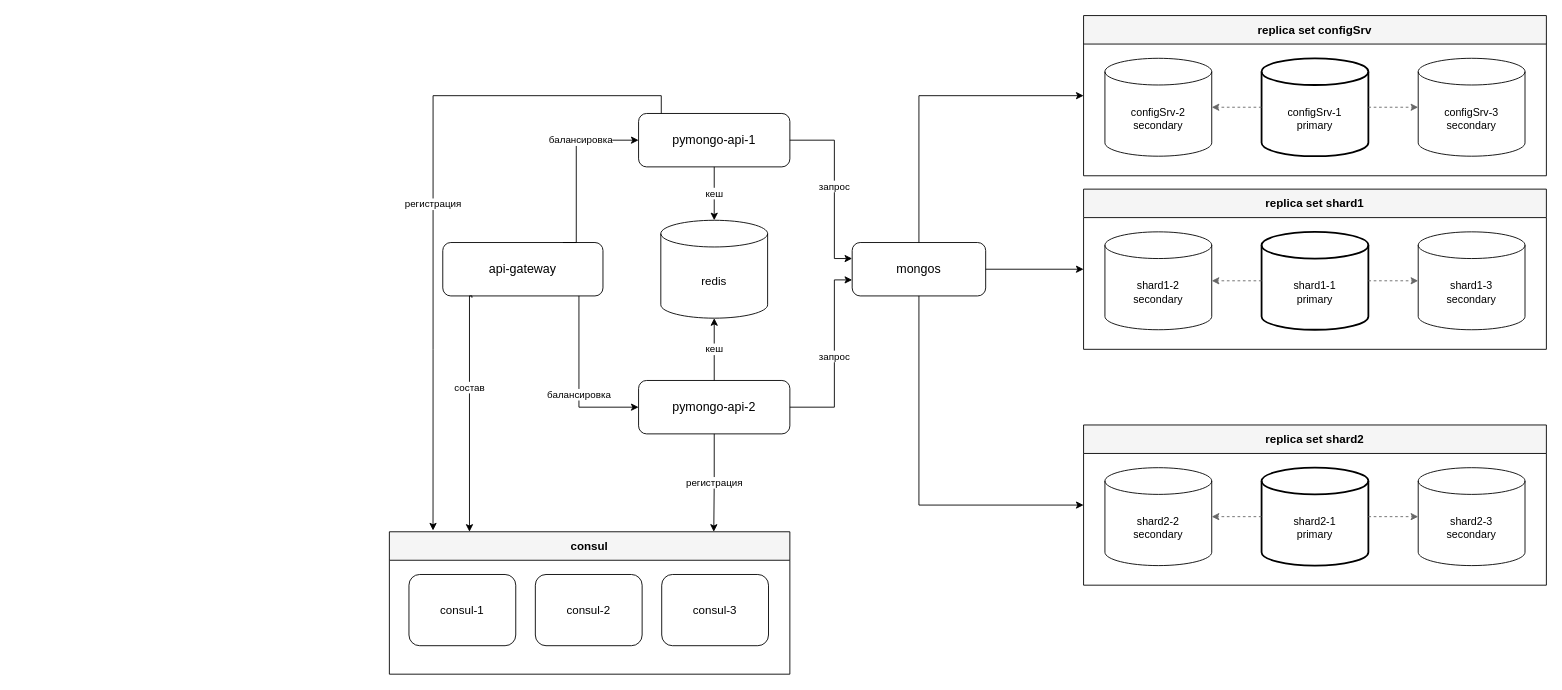
Above: page "04-gateway" (4 of 4) of schemas/architecture.drawio in arvaliullin/black-friday (draw.io), before the change. Source tidied: cells renumbered, new cells numbered last; positions are measured from the earlier drawing's top-left corner, leaving out a move shared by most shapes. Both pictures are drawn from the tidied source at 89%, with x=0, y=0 at pixel (389, 15).
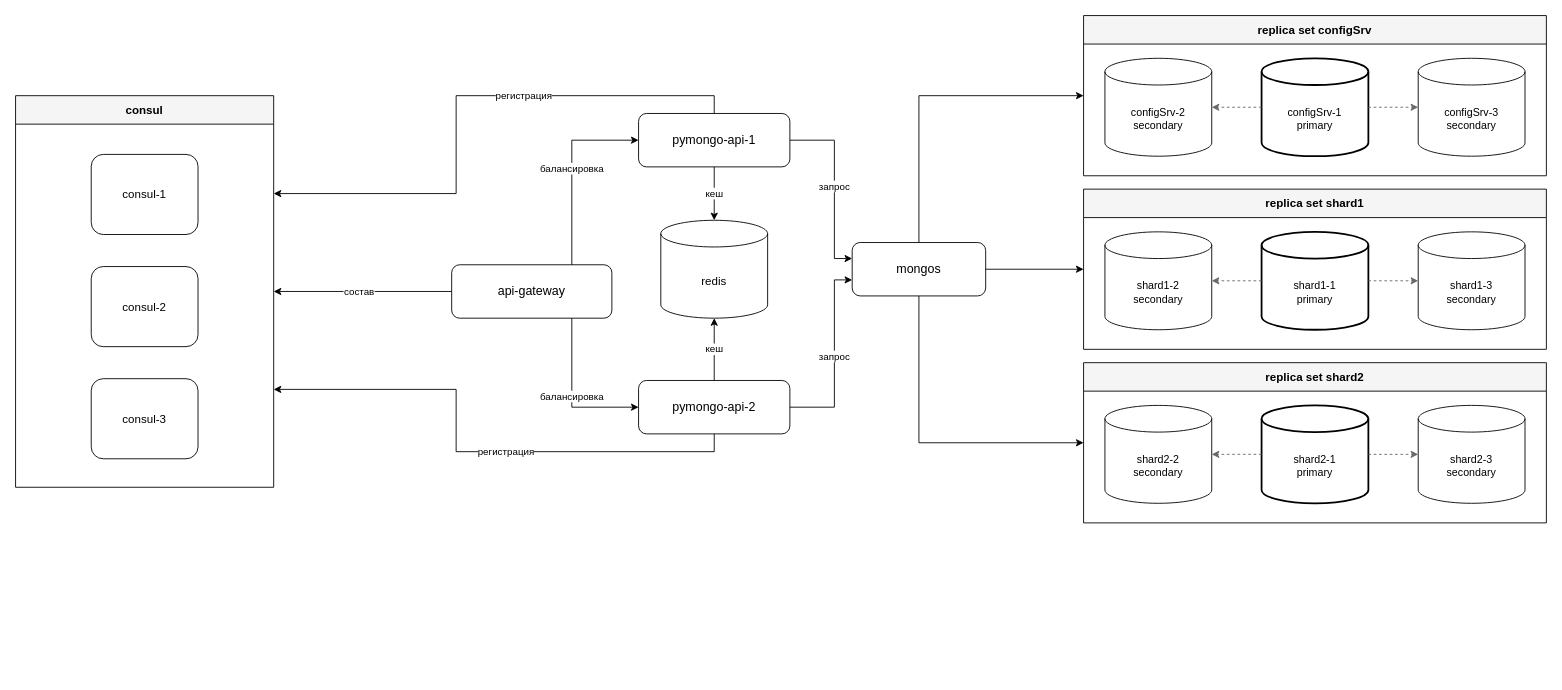
The same diagram, later.

Commit message:
fix gateway layout

Unchanged cells that the change refers to:
```xml
<mxCell id="3" value="pymongo-api-1" style="rounded=1;whiteSpace=wrap;html=1;fontSize=14;" parent="1" vertex="1">
  <mxGeometry x="280" y="110" width="170" height="60" as="geometry" />
</mxCell>
<mxCell id="5" value="pymongo-api-2" style="rounded=1;whiteSpace=wrap;html=1;fontSize=14;" parent="1" vertex="1">
  <mxGeometry x="280" y="410" width="170" height="60" as="geometry" />
</mxCell>
<mxCell id="6" value="mongos" style="rounded=1;whiteSpace=wrap;html=1;fontSize=14;" parent="1" vertex="1">
  <mxGeometry x="520" y="255" width="150" height="60" as="geometry" />
</mxCell>
```

What changed in the source:
```diff
@@
     <mxCell id="2" value="api-gateway" style="rounded=1;whiteSpace=wrap;html=1;fontSize=14;" parent="1" vertex="1">
-      <mxGeometry x="60" y="255" width="180" height="60" as="geometry" />
+      <mxGeometry x="70" y="280" width="180" height="60" as="geometry" />
     </mxCell>
@@
     <mxCell id="7" value="consul" style="swimlane;startSize=32;horizontal=1;whiteSpace=wrap;html=1;fillColor=#F5F5F5;strokeColor=#000000;fontStyle=1;fontSize=13;swimlaneFillColor=#FFFFFF;" parent="1" vertex="1">
-      <mxGeometry y="580" width="450" height="160" as="geometry" />
+      <mxGeometry x="-420" y="90" width="290" height="440" as="geometry" />
     </mxCell>
     <mxCell id="8" value="consul-1" style="rounded=1;whiteSpace=wrap;html=1;fontSize=13;" parent="7" vertex="1">
-      <mxGeometry x="22" y="48" width="120" height="80" as="geometry" />
+      <mxGeometry x="85" y="66" width="120" height="90" as="geometry" />
     </mxCell>
     <mxCell id="9" value="consul-2" style="rounded=1;whiteSpace=wrap;html=1;fontSize=13;" parent="7" vertex="1">
-      <mxGeometry x="164" y="48" width="120" height="80" as="geometry" />
+      <mxGeometry x="85" y="192" width="120" height="90" as="geometry" />
     </mxCell>
     <mxCell id="10" value="consul-3" style="rounded=1;whiteSpace=wrap;html=1;fontSize=13;" parent="7" vertex="1">
-      <mxGeometry x="306" y="48" width="120" height="80" as="geometry" />
+      <mxGeometry x="85" y="318" width="120" height="90" as="geometry" />
     </mxCell>
@@
     <mxCell id="23" value="replica set shard2" style="swimlane;startSize=32;horizontal=1;whiteSpace=wrap;html=1;fillColor=#F5F5F5;strokeColor=#000000;fontStyle=1;fontSize=13;swimlaneFillColor=#FFFFFF;" parent="1" vertex="1">
-      <mxGeometry x="780" y="460" width="520" height="180" as="geometry" />
+      <mxGeometry x="780" y="390" width="520" height="180" as="geometry" />
     </mxCell>
@@
     <mxCell id="29" value="балансировка" style="edgeStyle=orthogonalEdgeStyle;rounded=0;jettySize=auto;html=1;endArrow=classic;endFill=1;exitX=0.75;exitY=0;exitDx=0;exitDy=0;entryX=0;entryY=0.5;entryDx=0;entryDy=0;" parent="1" edge="1" source="2" target="3">
-      <mxGeometry x="0.35" relative="1" as="geometry">
-        <Array as="points">
-          <mxPoint x="210" y="255" />
-          <mxPoint x="210" y="140" />
-        </Array>
-      </mxGeometry>
+      <mxGeometry relative="1" as="geometry" />
     </mxCell>
-    <mxCell id="30" value="балансировка" style="edgeStyle=orthogonalEdgeStyle;rounded=0;jettySize=auto;html=1;endArrow=classic;endFill=1;exitX=0.85;exitY=1;exitDx=0;exitDy=0;entryX=0;entryY=0.5;entryDx=0;entryDy=0;" parent="1" edge="1" source="2" target="5">
-      <mxGeometry x="0.16" relative="1" as="geometry" />
+    <mxCell id="30" value="балансировка" style="edgeStyle=orthogonalEdgeStyle;rounded=0;jettySize=auto;html=1;endArrow=classic;endFill=1;exitX=0.75;exitY=1;exitDx=0;exitDy=0;entryX=0;entryY=0.5;entryDx=0;entryDy=0;" parent="1" edge="1" source="2" target="5">
+      <mxGeometry x="0.01" relative="1" as="geometry" />
     </mxCell>
@@
-    <mxCell id="35" value="регистрация" style="edgeStyle=orthogonalEdgeStyle;rounded=0;jettySize=auto;html=1;endArrow=classic;endFill=1;exitX=0.15;exitY=0;exitDx=0;exitDy=0;entryX=0.109;entryY=-0.009;entryDx=0;entryDy=0;entryPerimeter=0;" parent="1" edge="1" source="3" target="7">
-      <mxGeometry x="0.04" relative="1" as="geometry" />
+    <mxCell id="35" value="регистрация" style="edgeStyle=orthogonalEdgeStyle;rounded=0;jettySize=auto;html=1;endArrow=classic;endFill=1;exitX=0.5;exitY=0;exitDx=0;exitDy=0;entryX=1;entryY=0.25;entryDx=0;entryDy=0;" parent="1" edge="1" source="3" target="7">
+      <mxGeometry x="-0.25" relative="1" as="geometry" />
     </mxCell>
-    <mxCell id="36" value="регистрация" style="edgeStyle=orthogonalEdgeStyle;rounded=0;jettySize=auto;html=1;endArrow=classic;endFill=1;exitX=0.5;exitY=1;exitDx=0;exitDy=0;entryX=0.81;entryY=0;entryDx=0;entryDy=0;" parent="1" edge="1" source="5" target="7">
-      <mxGeometry relative="1" as="geometry" />
+    <mxCell id="36" value="регистрация" style="edgeStyle=orthogonalEdgeStyle;rounded=0;jettySize=auto;html=1;endArrow=classic;endFill=1;exitX=0.5;exitY=1;exitDx=0;exitDy=0;entryX=1;entryY=0.75;entryDx=0;entryDy=0;" parent="1" edge="1" source="5" target="7">
+      <mxGeometry x="-0.13" relative="1" as="geometry" />
     </mxCell>
-    <mxCell id="37" value="состав" style="edgeStyle=orthogonalEdgeStyle;rounded=0;jettySize=auto;html=1;endArrow=classic;endFill=1;exitX=0.182;exitY=1.035;exitDx=0;exitDy=0;entryX=0.2;entryY=0;entryDx=0;entryDy=0;exitPerimeter=0;" parent="1" edge="1" source="2" target="7">
-      <mxGeometry x="-0.2" relative="1" as="geometry">
-        <Array as="points">
-          <mxPoint x="92.8" y="315" />
-          <mxPoint x="90" y="315" />
-        </Array>
-      </mxGeometry>
+    <mxCell id="37" value="состав" style="edgeStyle=orthogonalEdgeStyle;rounded=0;jettySize=auto;html=1;endArrow=classic;endFill=1;exitX=0;exitY=0.5;exitDx=0;exitDy=0;entryX=1;entryY=0.5;entryDx=0;entryDy=0;" parent="1" edge="1" source="2" target="7">
+      <mxGeometry x="0.04" relative="1" as="geometry" />
     </mxCell>
@@
     <mxCell id="40" style="edgeStyle=orthogonalEdgeStyle;rounded=0;jettySize=auto;html=1;endArrow=classic;endFill=1;exitX=0.5;exitY=1;exitDx=0;exitDy=0;entryX=0;entryY=0.5;entryDx=0;entryDy=0;" parent="1" edge="1" source="6" target="23">
-      <mxGeometry x="0.2" relative="1" as="geometry" />
+      <mxGeometry relative="1" as="geometry" />
     </mxCell>
```
